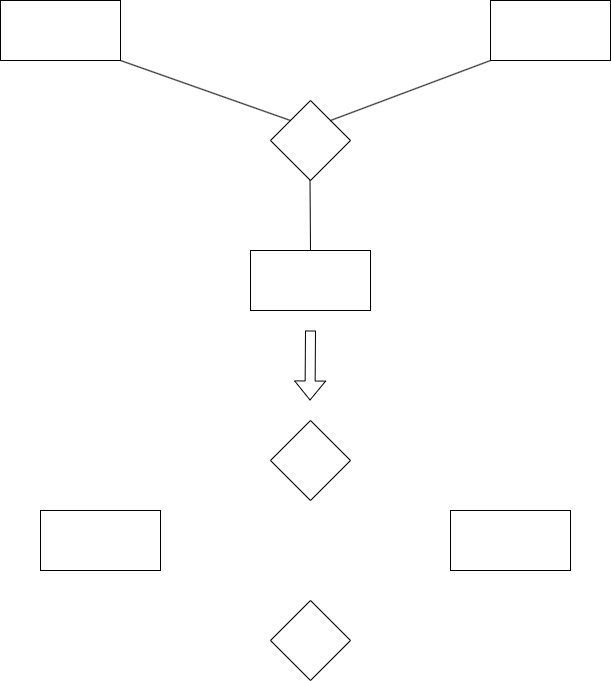
Above: Chương 3 QT2(Mô hình hóa).png in datnham0212/learning (draw.io), before the change. Source tidied: cells renumbered, new cells last; positions are measured from the earlier drawing's top-left corner, leaving out a move shared by most shapes.
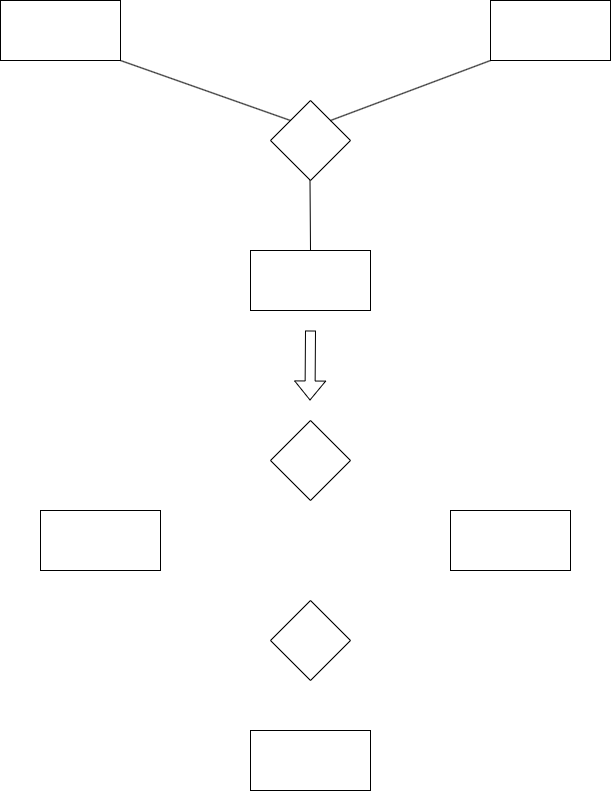
Above is the later version.

Diff of the diagram source:
```diff
@@ -45,5 +45,8 @@
     <mxCell id="13" style="rhombus;whiteSpace=wrap;html=1;" parent="1" vertex="1">
       <mxGeometry x="270" y="600" width="80" height="80" as="geometry" />
     </mxCell>
+    <mxCell id="14" style="rounded=0;whiteSpace=wrap;html=1;" parent="1" vertex="1">
+      <mxGeometry x="250" y="730" width="120" height="60" as="geometry" />
+    </mxCell>
   </root>
 </mxGraphModel>
```
